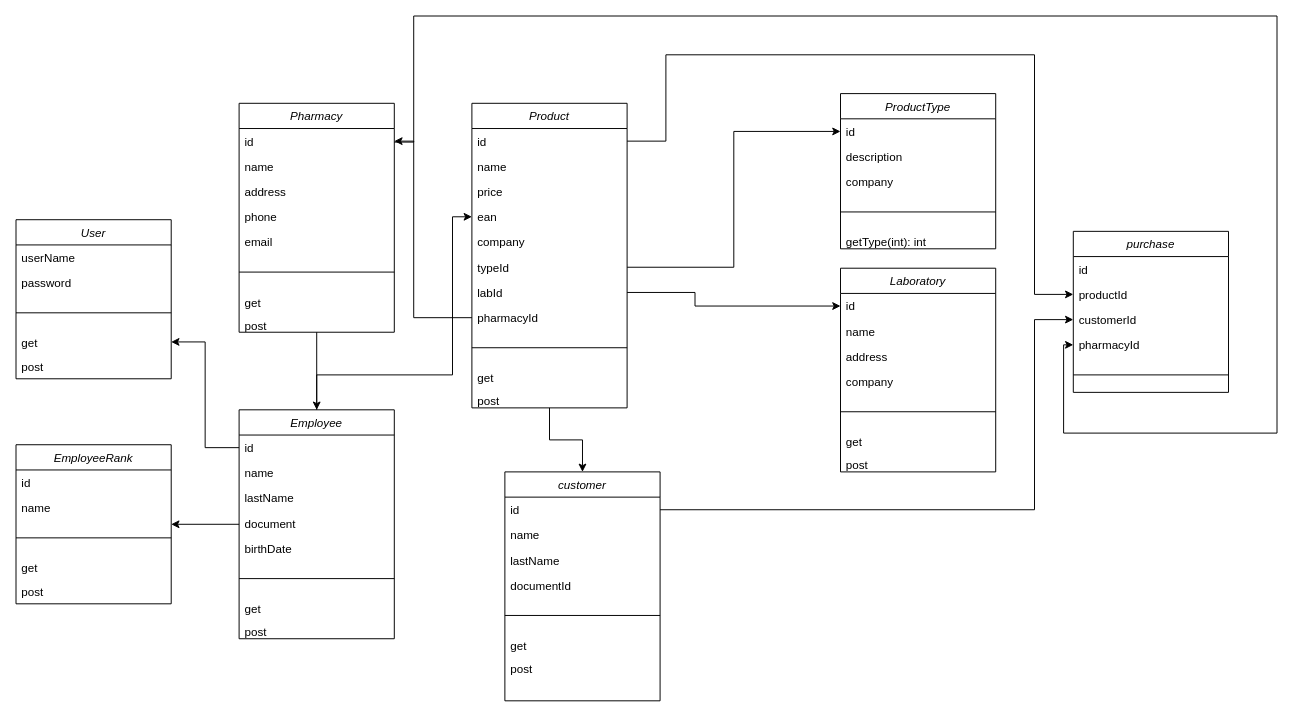
lahs13/repo keeps this draw.io diagram as Untitled Diagram.drawio. Above is the earlier version. Source tidied: cells renumbered, new cells numbered last; positions are measured from the earlier drawing's top-left corner, leaving out a move shared by most shapes. Both pictures are drawn from the tidied source at 97%, with x=0, y=0 at pixel (16, 16).
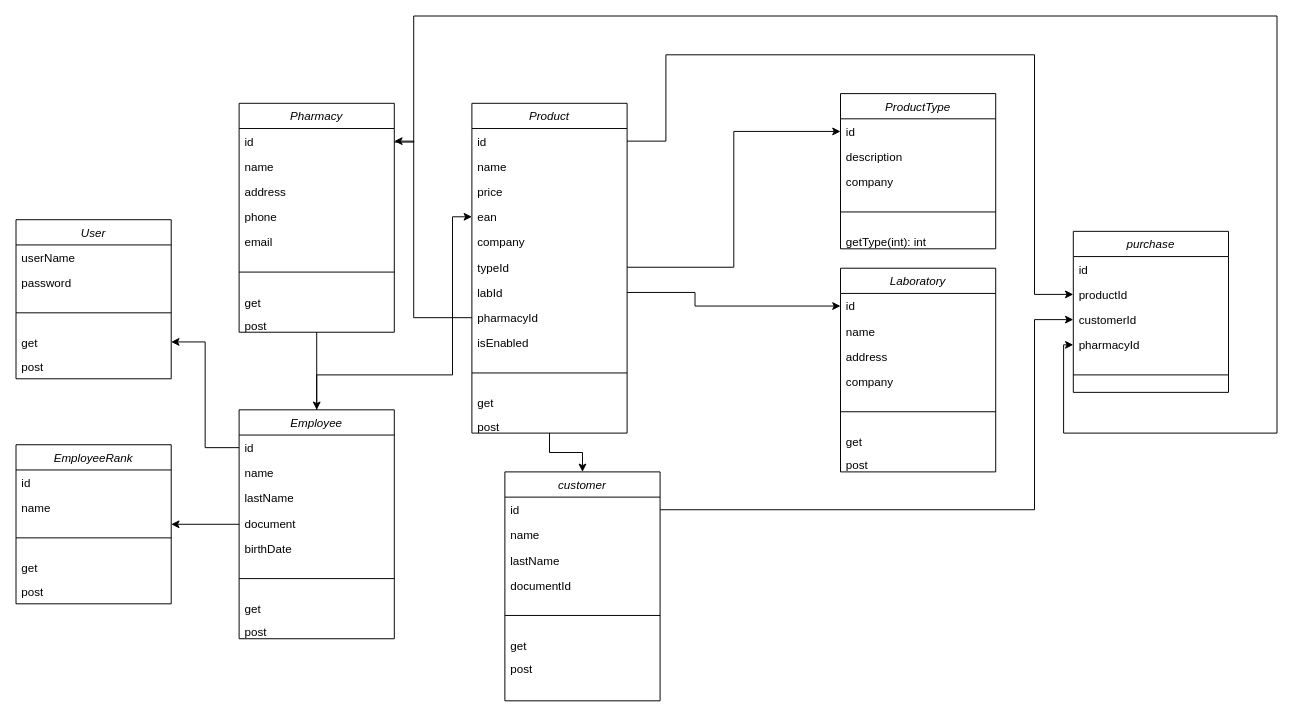
Above is the later version.

Diff of the diagram source:
```diff
@@
     <mxCell id="6" value="Product" style="swimlane;fontStyle=2;align=center;verticalAlign=top;horizontal=1;startSize=26;rounded=0;shadow=0;strokeWidth=1;" parent="1" vertex="1">
-      <mxGeometry x="470" y="90" width="160" height="314" as="geometry" />
+      <mxGeometry x="470" y="90" width="160" height="340" as="geometry" />
     </mxCell>
@@
+    <mxCell id="83" value="isEnabled" style="text;align=left;verticalAlign=top;spacingLeft=4;spacingRight=4;overflow=hidden;rounded=0;shadow=0;html=0;" parent="6" vertex="1">
+      <mxGeometry y="234" width="160" height="26" as="geometry" />
+    </mxCell>
     <mxCell id="15" style="line;html=1;strokeWidth=1;align=left;verticalAlign=middle;spacingTop=-1;spacingLeft=3;spacingRight=3;labelPosition=right;" parent="6" vertex="1">
-      <mxGeometry y="234" width="160" height="36" as="geometry" />
+      <mxGeometry y="260" width="160" height="36" as="geometry" />
     </mxCell>
     <mxCell id="16" value="get" style="text;align=left;verticalAlign=top;spacingLeft=4;spacingRight=4;overflow=hidden;" parent="6" vertex="1">
-      <mxGeometry y="270" width="160" height="24" as="geometry" />
+      <mxGeometry y="296" width="160" height="24" as="geometry" />
     </mxCell>
     <mxCell id="17" value="post" style="text;align=left;verticalAlign=top;spacingLeft=4;spacingRight=4;overflow=hidden;" parent="6" vertex="1">
-      <mxGeometry y="294" width="160" height="20" as="geometry" />
+      <mxGeometry y="320" width="160" height="20" as="geometry" />
     </mxCell>
```
